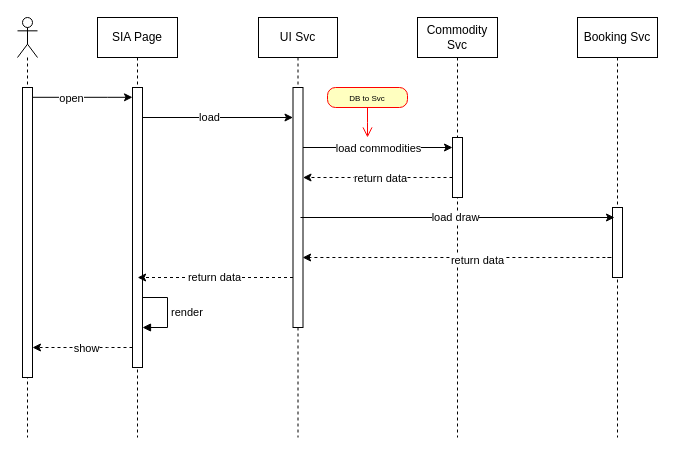
The draw.io diagram page "SIA Init" (2 of 3) of PO Architecure.drawio in TommyVV/chr-diagrams, before the edit. Source tidied: cells renumbered, new cells numbered last; positions are measured from the earlier drawing's top-left corner, leaving out a move shared by most shapes. Both pictures are drawn from the tidied source at 100%, with x=0, y=0 at pixel (17, 17).
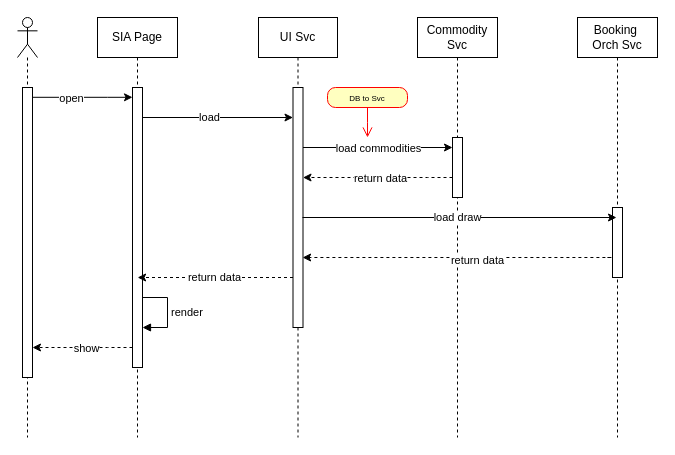
The same page after the edit.

What changed in the source:
```diff
@@
-    <mxCell id="14" value="Booking Svc" style="shape=umlLifeline;perimeter=lifelinePerimeter;whiteSpace=wrap;html=1;newEdgeStyle={&quot;curved&quot;:0,&quot;rounded&quot;:0};" parent="1" vertex="1">
+    <mxCell id="14" value="Booking&amp;nbsp;&lt;br&gt;Orch Svc" style="shape=umlLifeline;perimeter=lifelinePerimeter;whiteSpace=wrap;html=1;newEdgeStyle={&quot;curved&quot;:0,&quot;rounded&quot;:0};" parent="1" vertex="1">
       <mxGeometry x="560" width="80" height="420" as="geometry" />
     </mxCell>
@@
     <mxCell id="20" style="edgeStyle=orthogonalEdgeStyle;rounded=0;orthogonalLoop=1;jettySize=auto;html=1;curved=0;" parent="1" edge="1">
       <mxGeometry relative="1" as="geometry">
-        <mxPoint x="283" y="200" as="sourcePoint" />
-        <mxPoint x="597" y="200" as="targetPoint" />
+        <mxPoint x="285" y="200" as="sourcePoint" />
+        <mxPoint x="599" y="200" as="targetPoint" />
         <Array as="points">
-          <mxPoint x="517.5" y="200" />
-          <mxPoint x="517.5" y="200" />
+          <mxPoint x="519.5" y="200" />
+          <mxPoint x="519.5" y="200" />
         </Array>
       </mxGeometry>
     </mxCell>
```
